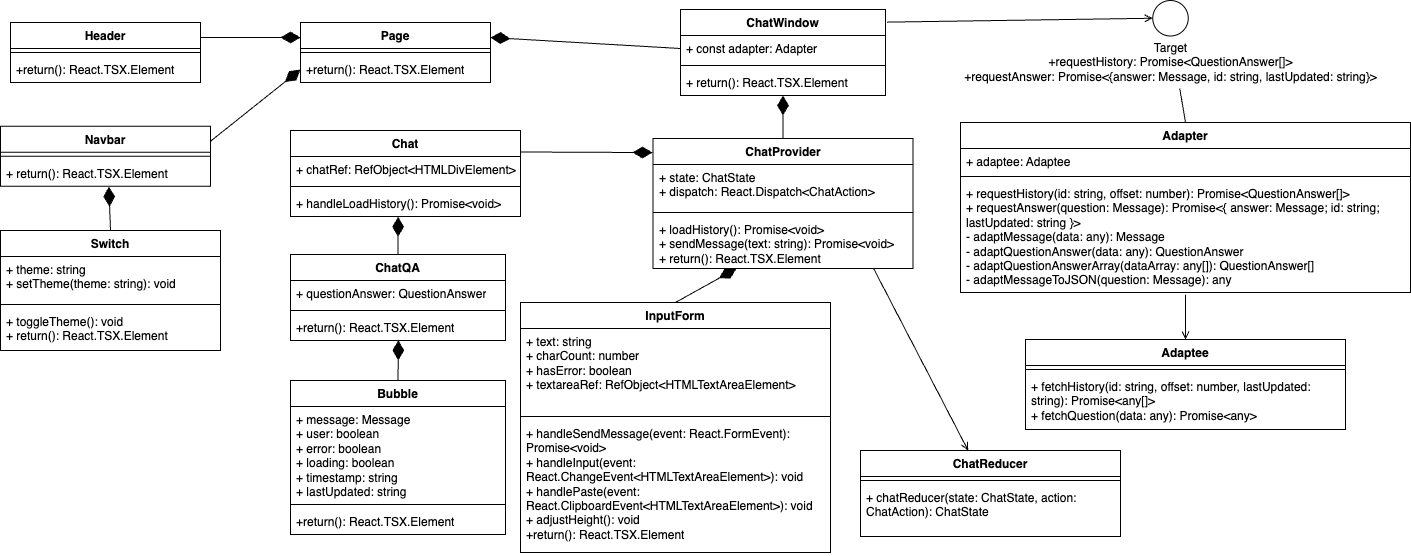
Before: images/specifica-tecnica/uml.png, a diagram exported from draw.io (SweeTenTeam/Docs). Source tidied: cells renumbered, new cells last; positions are measured from the earlier drawing's top-left corner, leaving out a move shared by most shapes. Its diagram source:
```xml
<mxGraphModel>
  <root>
    <mxCell id="0" />
    <mxCell id="1" parent="0" />
    <mxCell id="2" value="Adapter" style="swimlane;fontStyle=1;align=center;verticalAlign=top;horizontal=1;startSize=26;whiteSpace=wrap;html=1;" parent="1" vertex="1">
      <mxGeometry x="960" y="122" width="450" height="170" as="geometry" />
    </mxCell>
    <mxCell id="3" value="&lt;div&gt;+ adaptee: Adaptee&lt;/div&gt;" style="text;strokeColor=none;fillColor=none;align=left;verticalAlign=top;spacingLeft=4;spacingRight=4;overflow=hidden;whiteSpace=wrap;html=1;" parent="2" vertex="1">
      <mxGeometry y="26" width="450" height="24" as="geometry" />
    </mxCell>
    <mxCell id="4" style="line;strokeWidth=1;fillColor=none;align=left;verticalAlign=middle;spacingTop=-1;spacingLeft=3;spacingRight=3;labelPosition=right;strokeColor=inherit;" parent="2" vertex="1">
      <mxGeometry y="50" width="450" height="8" as="geometry" />
    </mxCell>
    <mxCell id="5" value="&lt;div&gt;+ requestHistory(id: string, offset: number): Promise&amp;lt;QuestionAnswer[]&amp;gt;&lt;/div&gt;&lt;div&gt;+ requestAnswer(question: Message): Promise&amp;lt;{ answer: Message; id: string; lastUpdated: string }&amp;gt;&lt;/div&gt;&lt;div&gt;- adaptMessage(data: any): Message&lt;/div&gt;&lt;div&gt;- adaptQuestionAnswer(data: any): QuestionAnswer&lt;/div&gt;&lt;div&gt;- adaptQuestionAnswerArray(dataArray: any[]): QuestionAnswer[]&lt;/div&gt;&lt;div&gt;- adaptMessageToJSON(question: Message): any&lt;/div&gt;" style="text;strokeColor=none;fillColor=none;align=left;verticalAlign=top;spacingLeft=4;spacingRight=4;overflow=hidden;points=[[0,0.5],[1,0.5]];portConstraint=eastwest;whiteSpace=wrap;html=1;" parent="2" vertex="1">
      <mxGeometry y="58" width="450" height="112" as="geometry" />
    </mxCell>
    <mxCell id="6" value="Adaptee" style="swimlane;fontStyle=1;align=center;verticalAlign=top;horizontal=1;startSize=26;whiteSpace=wrap;html=1;" parent="1" vertex="1">
      <mxGeometry x="1025" y="339" width="320" height="90" as="geometry" />
    </mxCell>
    <mxCell id="7" style="line;strokeWidth=1;fillColor=none;align=left;verticalAlign=middle;spacingTop=-1;spacingLeft=3;spacingRight=3;labelPosition=right;strokeColor=inherit;" parent="6" vertex="1">
      <mxGeometry y="26" width="320" height="8" as="geometry" />
    </mxCell>
    <mxCell id="8" value="&lt;div&gt;+ fetchHistory(id: string, offset: number, lastUpdated: string&lt;span style=&quot;background-color: transparent; color: light-dark(rgb(0, 0, 0), rgb(255, 255, 255));&quot;&gt;): Promise&amp;lt;any[]&amp;gt;&lt;/span&gt;&lt;/div&gt;&lt;div&gt;+ fetchQuestion(data: any): Promise&amp;lt;any&amp;gt;&lt;/div&gt;" style="text;strokeColor=none;fillColor=none;align=left;verticalAlign=top;spacingLeft=4;spacingRight=4;overflow=hidden;whiteSpace=wrap;html=1;" parent="6" vertex="1">
      <mxGeometry y="34" width="320" height="56" as="geometry" />
    </mxCell>
    <mxCell id="9" value="ChatReducer&lt;div&gt;&lt;br&gt;&lt;/div&gt;" style="swimlane;fontStyle=1;align=center;verticalAlign=top;horizontal=1;startSize=26;whiteSpace=wrap;html=1;" parent="1" vertex="1">
      <mxGeometry x="860" y="450" width="260" height="86" as="geometry" />
    </mxCell>
    <mxCell id="10" style="line;strokeWidth=1;fillColor=none;align=left;verticalAlign=middle;spacingTop=-1;spacingLeft=3;spacingRight=3;labelPosition=right;strokeColor=inherit;" parent="9" vertex="1">
      <mxGeometry y="26" width="260" height="8" as="geometry" />
    </mxCell>
    <mxCell id="11" value="&lt;div&gt;+ chatReducer(state: ChatState, action: ChatAction): ChatState&lt;/div&gt;&lt;div&gt;&lt;br&gt;&lt;/div&gt;" style="text;strokeColor=none;fillColor=none;align=left;verticalAlign=top;spacingLeft=4;spacingRight=4;overflow=hidden;whiteSpace=wrap;html=1;" parent="9" vertex="1">
      <mxGeometry y="34" width="260" height="52" as="geometry" />
    </mxCell>
    <mxCell id="12" style="ellipse;whiteSpace=wrap;html=1;" parent="1" vertex="1">
      <mxGeometry x="1152.2" width="35.5" height="35.5" as="geometry" />
    </mxCell>
    <mxCell id="13" value="Target&lt;div&gt;+requestHistory: Promise&amp;lt;QuestionAnswer[]&amp;gt;&lt;/div&gt;&lt;div&gt;+requestAnswer: Promise&amp;lt;{answer: Message, id: string, lastUpdated: string}&amp;gt;&lt;/div&gt;" style="text;html=1;align=center;verticalAlign=middle;points=[];strokeColor=none;fillColor=none;" parent="1" vertex="1">
      <mxGeometry x="950" y="32" width="440" height="60" as="geometry" />
    </mxCell>
    <mxCell id="14" style="endArrow=open;html=1;rounded=0;exitX=1.007;exitY=0.147;exitDx=0;exitDy=0;exitPerimeter=0;entryX=0;entryY=0.5;entryDx=0;entryDy=0;endFill=0;" parent="1" edge="1" source="44" target="12">
      <mxGeometry relative="1" as="geometry" />
    </mxCell>
    <mxCell id="15" style="endArrow=none;html=1;rounded=0;exitX=0.5;exitY=0;exitDx=0;exitDy=0;entryX=0.521;entryY=0.933;entryDx=0;entryDy=0;entryPerimeter=0;" parent="1" edge="1" source="2" target="13">
      <mxGeometry relative="1" as="geometry" />
    </mxCell>
    <mxCell id="16" style="endArrow=open;html=1;rounded=0;entryX=0.5;entryY=0;entryDx=0;entryDy=0;exitX=0.5;exitY=1.02;exitDx=0;exitDy=0;exitPerimeter=0;endFill=0;" parent="1" edge="1" source="5" target="6">
      <mxGeometry relative="1" as="geometry" />
    </mxCell>
    <mxCell id="17" style="endArrow=open;html=1;rounded=0;exitX=0.849;exitY=1.005;exitDx=0;exitDy=0;endFill=0;exitPerimeter=0;" parent="1" edge="1" source="35" target="9">
      <mxGeometry relative="1" as="geometry" />
    </mxCell>
    <mxCell id="18" value="Header" style="swimlane;fontStyle=1;align=center;verticalAlign=top;horizontal=1;startSize=26;whiteSpace=wrap;html=1;" parent="1" vertex="1">
      <mxGeometry x="10" y="22" width="190" height="60" as="geometry" />
    </mxCell>
    <mxCell id="19" style="line;strokeWidth=1;fillColor=none;align=left;verticalAlign=middle;spacingTop=-1;spacingLeft=3;spacingRight=3;labelPosition=right;strokeColor=inherit;" parent="18" vertex="1">
      <mxGeometry y="26" width="190" height="8" as="geometry" />
    </mxCell>
    <mxCell id="20" value="+return(): React.TSX.Element" style="text;strokeColor=none;fillColor=none;align=left;verticalAlign=top;spacingLeft=4;spacingRight=4;overflow=hidden;whiteSpace=wrap;html=1;" parent="18" vertex="1">
      <mxGeometry y="34" width="190" height="26" as="geometry" />
    </mxCell>
    <mxCell id="21" value="ChatQA" style="swimlane;fontStyle=1;align=center;verticalAlign=top;horizontal=1;startSize=26;whiteSpace=wrap;html=1;" parent="1" vertex="1">
      <mxGeometry x="290" y="254" width="215" height="86" as="geometry" />
    </mxCell>
    <mxCell id="22" value="+ questionAnswer: QuestionAnswer" style="text;strokeColor=none;fillColor=none;align=left;verticalAlign=top;spacingLeft=4;spacingRight=4;overflow=hidden;whiteSpace=wrap;html=1;" parent="21" vertex="1">
      <mxGeometry y="26" width="215" height="26" as="geometry" />
    </mxCell>
    <mxCell id="23" style="line;strokeWidth=1;fillColor=none;align=left;verticalAlign=middle;spacingTop=-1;spacingLeft=3;spacingRight=3;labelPosition=right;strokeColor=inherit;" parent="21" vertex="1">
      <mxGeometry y="52" width="215" height="8" as="geometry" />
    </mxCell>
    <mxCell id="24" value="+return(): React.TSX.Element" style="text;strokeColor=none;fillColor=none;align=left;verticalAlign=top;spacingLeft=4;spacingRight=4;overflow=hidden;points=[[0,0.5],[1,0.5]];portConstraint=eastwest;whiteSpace=wrap;html=1;" parent="21" vertex="1">
      <mxGeometry y="60" width="215" height="26" as="geometry" />
    </mxCell>
    <mxCell id="25" value="Navbar" style="swimlane;fontStyle=1;align=center;verticalAlign=top;horizontal=1;startSize=26;whiteSpace=wrap;html=1;" parent="1" vertex="1">
      <mxGeometry y="125.8" width="210" height="60" as="geometry" />
    </mxCell>
    <mxCell id="26" style="line;strokeWidth=1;fillColor=none;align=left;verticalAlign=middle;spacingTop=-1;spacingLeft=3;spacingRight=3;labelPosition=right;strokeColor=inherit;" parent="25" vertex="1">
      <mxGeometry y="26" width="210" height="8" as="geometry" />
    </mxCell>
    <mxCell id="27" value="&lt;div&gt;&lt;span style=&quot;background-color: transparent; color: light-dark(rgb(0, 0, 0), rgb(255, 255, 255));&quot;&gt;+ return(): React.TSX.Element&lt;/span&gt;&lt;/div&gt;" style="text;strokeColor=none;fillColor=none;align=left;verticalAlign=top;spacingLeft=4;spacingRight=4;overflow=hidden;points=[[0,0.5],[1,0.5]];portConstraint=eastwest;whiteSpace=wrap;html=1;" parent="25" vertex="1">
      <mxGeometry y="34" width="210" height="26" as="geometry" />
    </mxCell>
    <mxCell id="28" value="Switch" style="swimlane;fontStyle=1;align=center;verticalAlign=top;horizontal=1;startSize=26;whiteSpace=wrap;html=1;" parent="1" vertex="1">
      <mxGeometry y="230" width="220" height="120" as="geometry" />
    </mxCell>
    <mxCell id="29" value="&lt;div&gt;+ theme: string&lt;/div&gt;&lt;div&gt;+ setTheme(theme: string): void&lt;/div&gt;&lt;div&gt;&lt;br&gt;&lt;/div&gt;" style="text;strokeColor=none;fillColor=none;align=left;verticalAlign=top;spacingLeft=4;spacingRight=4;overflow=hidden;whiteSpace=wrap;html=1;" parent="28" vertex="1">
      <mxGeometry y="26" width="220" height="44" as="geometry" />
    </mxCell>
    <mxCell id="30" style="line;strokeWidth=1;fillColor=none;align=left;verticalAlign=middle;spacingTop=-1;spacingLeft=3;spacingRight=3;labelPosition=right;strokeColor=inherit;" parent="28" vertex="1">
      <mxGeometry y="70" width="220" height="8" as="geometry" />
    </mxCell>
    <mxCell id="31" value="&lt;div&gt;+ toggleTheme(): void&amp;nbsp;&lt;/div&gt;+ return(): React.TSX.Element" style="text;strokeColor=none;fillColor=none;align=left;verticalAlign=top;spacingLeft=4;spacingRight=4;overflow=hidden;whiteSpace=wrap;html=1;" parent="28" vertex="1">
      <mxGeometry y="78" width="220" height="42" as="geometry" />
    </mxCell>
    <mxCell id="32" value="ChatProvider" style="swimlane;fontStyle=1;align=center;verticalAlign=top;horizontal=1;startSize=26;whiteSpace=wrap;html=1;" parent="1" vertex="1">
      <mxGeometry x="652.5" y="138" width="260" height="130" as="geometry" />
    </mxCell>
    <mxCell id="33" value="&lt;div&gt;&lt;div&gt;+ state: ChatState&lt;/div&gt;&lt;div&gt;+ dispatch: React.Dispatch&amp;lt;ChatAction&amp;gt;&lt;/div&gt;&lt;/div&gt;" style="text;strokeColor=none;fillColor=none;align=left;verticalAlign=top;spacingLeft=4;spacingRight=4;overflow=hidden;whiteSpace=wrap;html=1;" parent="32" vertex="1">
      <mxGeometry y="26" width="260" height="44" as="geometry" />
    </mxCell>
    <mxCell id="34" style="line;strokeWidth=1;fillColor=none;align=left;verticalAlign=middle;spacingTop=-1;spacingLeft=3;spacingRight=3;labelPosition=right;strokeColor=inherit;" parent="32" vertex="1">
      <mxGeometry y="70" width="260" height="8" as="geometry" />
    </mxCell>
    <mxCell id="35" value="&lt;div&gt;+ loadHistory(): Promise&amp;lt;void&amp;gt;&lt;/div&gt;&lt;div&gt;+ sendMessage(text: string): Promise&amp;lt;void&amp;gt;&lt;/div&gt;&lt;div&gt;+ return(): React.TSX.Element&lt;/div&gt;" style="text;strokeColor=none;fillColor=none;align=left;verticalAlign=top;spacingLeft=4;spacingRight=4;overflow=hidden;points=[[0,0.5],[1,0.5]];portConstraint=eastwest;whiteSpace=wrap;html=1;" parent="32" vertex="1">
      <mxGeometry y="78" width="260" height="52" as="geometry" />
    </mxCell>
    <mxCell id="36" value="Bubble" style="swimlane;fontStyle=1;align=center;verticalAlign=top;horizontal=1;startSize=26;whiteSpace=wrap;html=1;" parent="1" vertex="1">
      <mxGeometry x="290" y="380" width="215" height="154" as="geometry" />
    </mxCell>
    <mxCell id="37" value="&lt;div style=&quot;text-wrap-mode: nowrap;&quot;&gt;+ message: Message&lt;/div&gt;&lt;div style=&quot;text-wrap-mode: nowrap;&quot;&gt;&lt;span style=&quot;background-color: transparent; color: light-dark(rgb(0, 0, 0), rgb(255, 255, 255));&quot;&gt;+ user: boolean&lt;/span&gt;&lt;/div&gt;&lt;div style=&quot;text-wrap-mode: nowrap;&quot;&gt;+ error: boolean&lt;/div&gt;&lt;div style=&quot;text-wrap-mode: nowrap;&quot;&gt;+ loading: boolean&lt;/div&gt;&lt;div style=&quot;text-wrap-mode: nowrap;&quot;&gt;+ timestamp: string&lt;/div&gt;&lt;div style=&quot;text-wrap-mode: nowrap;&quot;&gt;+ lastUpdated: string&lt;/div&gt;" style="text;strokeColor=none;fillColor=none;align=left;verticalAlign=top;spacingLeft=4;spacingRight=4;overflow=hidden;whiteSpace=wrap;html=1;" parent="36" vertex="1">
      <mxGeometry y="26" width="215" height="94" as="geometry" />
    </mxCell>
    <mxCell id="38" style="line;strokeWidth=1;fillColor=none;align=left;verticalAlign=middle;spacingTop=-1;spacingLeft=3;spacingRight=3;labelPosition=right;strokeColor=inherit;" parent="36" vertex="1">
      <mxGeometry y="120" width="215" height="8" as="geometry" />
    </mxCell>
    <mxCell id="39" value="+return(): React.TSX.Element" style="text;strokeColor=none;fillColor=none;align=left;verticalAlign=top;spacingLeft=4;spacingRight=4;overflow=hidden;whiteSpace=wrap;html=1;" parent="36" vertex="1">
      <mxGeometry y="128" width="215" height="26" as="geometry" />
    </mxCell>
    <mxCell id="40" value="Chat" style="swimlane;fontStyle=1;align=center;verticalAlign=top;horizontal=1;startSize=26;whiteSpace=wrap;html=1;" parent="1" vertex="1">
      <mxGeometry x="290" y="130" width="230" height="86" as="geometry" />
    </mxCell>
    <mxCell id="41" value="+ chatRef: RefObject&amp;lt;HTMLDivElement&amp;gt;" style="text;strokeColor=none;fillColor=none;align=left;verticalAlign=top;spacingLeft=4;spacingRight=4;overflow=hidden;whiteSpace=wrap;html=1;" parent="40" vertex="1">
      <mxGeometry y="26" width="230" height="26" as="geometry" />
    </mxCell>
    <mxCell id="42" style="line;strokeWidth=1;fillColor=none;align=left;verticalAlign=middle;spacingTop=-1;spacingLeft=3;spacingRight=3;labelPosition=right;strokeColor=inherit;" parent="40" vertex="1">
      <mxGeometry y="52" width="230" height="8" as="geometry" />
    </mxCell>
    <mxCell id="43" value="+ handleLoadHistory(): Promise&amp;lt;void&amp;gt;" style="text;strokeColor=none;fillColor=none;align=left;verticalAlign=top;spacingLeft=4;spacingRight=4;overflow=hidden;points=[[0,0.5],[1,0.5]];portConstraint=eastwest;whiteSpace=wrap;html=1;" parent="40" vertex="1">
      <mxGeometry y="60" width="230" height="26" as="geometry" />
    </mxCell>
    <mxCell id="44" value="ChatWindow" style="swimlane;fontStyle=1;align=center;verticalAlign=top;horizontal=1;startSize=26;whiteSpace=wrap;html=1;" parent="1" vertex="1">
      <mxGeometry x="680" y="9" width="205" height="86" as="geometry" />
    </mxCell>
    <mxCell id="45" value="+ const adapter: Adapter" style="text;strokeColor=none;fillColor=none;align=left;verticalAlign=top;spacingLeft=4;spacingRight=4;overflow=hidden;points=[[0,0.5],[1,0.5]];portConstraint=eastwest;whiteSpace=wrap;html=1;" parent="44" vertex="1">
      <mxGeometry y="26" width="205" height="26" as="geometry" />
    </mxCell>
    <mxCell id="46" style="line;strokeWidth=1;fillColor=none;align=left;verticalAlign=middle;spacingTop=-1;spacingLeft=3;spacingRight=3;labelPosition=right;strokeColor=inherit;" parent="44" vertex="1">
      <mxGeometry y="52" width="205" height="8" as="geometry" />
    </mxCell>
    <mxCell id="47" value="+ return(): React.TSX.Element" style="text;strokeColor=none;fillColor=none;align=left;verticalAlign=top;spacingLeft=4;spacingRight=4;overflow=hidden;points=[[0,0.5],[1,0.5]];portConstraint=eastwest;whiteSpace=wrap;html=1;" parent="44" vertex="1">
      <mxGeometry y="60" width="205" height="26" as="geometry" />
    </mxCell>
    <mxCell id="48" value="InputForm" style="swimlane;fontStyle=1;align=center;verticalAlign=top;horizontal=1;startSize=26;whiteSpace=wrap;html=1;" parent="1" vertex="1">
      <mxGeometry x="520" y="302" width="310" height="250" as="geometry" />
    </mxCell>
    <mxCell id="49" value="&lt;div&gt;+ text: string&lt;/div&gt;&lt;div&gt;+ charCount: number&lt;/div&gt;&lt;div&gt;+ hasError: boolean&lt;/div&gt;&lt;div&gt;+ textareaRef: RefObject&amp;lt;HTMLTextAreaElement&amp;gt;&lt;/div&gt;" style="text;strokeColor=none;fillColor=none;align=left;verticalAlign=top;spacingLeft=4;spacingRight=4;overflow=hidden;whiteSpace=wrap;html=1;" parent="48" vertex="1">
      <mxGeometry y="26" width="310" height="84" as="geometry" />
    </mxCell>
    <mxCell id="50" style="line;strokeWidth=1;fillColor=none;align=left;verticalAlign=middle;spacingTop=-1;spacingLeft=3;spacingRight=3;labelPosition=right;strokeColor=inherit;" parent="48" vertex="1">
      <mxGeometry y="110" width="310" height="8" as="geometry" />
    </mxCell>
    <mxCell id="51" value="&lt;div&gt;+ handleSendMessage(event: React.FormEvent): Promise&amp;lt;void&amp;gt;&lt;/div&gt;&lt;div&gt;+ handleInput(event: React.ChangeEvent&amp;lt;HTMLTextAreaElement&amp;gt;): void&lt;/div&gt;&lt;div&gt;+ handlePaste(event: React.ClipboardEvent&amp;lt;HTMLTextAreaElement&amp;gt;): void&lt;/div&gt;&lt;div&gt;+ adjustHeight(): void&lt;/div&gt;&lt;div&gt;+return(): React.TSX.Element&lt;/div&gt;" style="text;strokeColor=none;fillColor=none;align=left;verticalAlign=top;spacingLeft=4;spacingRight=4;overflow=hidden;whiteSpace=wrap;html=1;" parent="48" vertex="1">
      <mxGeometry y="118" width="310" height="132" as="geometry" />
    </mxCell>
    <mxCell id="52" value="Page" style="swimlane;fontStyle=1;align=center;verticalAlign=top;horizontal=1;startSize=26;whiteSpace=wrap;html=1;" parent="1" vertex="1">
      <mxGeometry x="300" y="22" width="190" height="60" as="geometry" />
    </mxCell>
    <mxCell id="53" style="line;strokeWidth=1;fillColor=none;align=left;verticalAlign=middle;spacingTop=-1;spacingLeft=3;spacingRight=3;labelPosition=right;strokeColor=inherit;" parent="52" vertex="1">
      <mxGeometry y="26" width="190" height="8" as="geometry" />
    </mxCell>
    <mxCell id="54" value="+return(): React.TSX.Element" style="text;strokeColor=none;fillColor=none;align=left;verticalAlign=top;spacingLeft=4;spacingRight=4;overflow=hidden;points=[[0,0.5],[1,0.5]];portConstraint=eastwest;whiteSpace=wrap;html=1;" parent="52" vertex="1">
      <mxGeometry y="34" width="190" height="26" as="geometry" />
    </mxCell>
    <mxCell id="55" style="endArrow=none;html=1;rounded=0;entryX=1;entryY=0.25;entryDx=0;entryDy=0;exitX=0;exitY=0.25;exitDx=0;exitDy=0;startArrow=diamondThin;startFill=1;startSize=17;" parent="1" edge="1" source="52" target="18">
      <mxGeometry relative="1" as="geometry" />
    </mxCell>
    <mxCell id="56" style="endArrow=none;html=1;rounded=0;entryX=1;entryY=0.25;entryDx=0;entryDy=0;exitX=0;exitY=0.5;exitDx=0;exitDy=0;endFill=1;startFill=1;startArrow=diamondThin;targetPerimeterSpacing=13;endSize=16;sourcePerimeterSpacing=15;startSize=17;" parent="1" edge="1" source="54" target="25">
      <mxGeometry relative="1" as="geometry" />
    </mxCell>
    <mxCell id="57" style="endArrow=diamondThin;html=1;rounded=0;entryX=0.516;entryY=1.016;entryDx=0;entryDy=0;entryPerimeter=0;exitX=0.5;exitY=0;exitDx=0;exitDy=0;startSize=17;startArrow=none;startFill=0;endFill=1;endSize=17;" parent="1" edge="1" source="28" target="27">
      <mxGeometry relative="1" as="geometry" />
    </mxCell>
    <mxCell id="58" style="endArrow=diamondThin;html=1;rounded=0;entryX=1;entryY=0.25;entryDx=0;entryDy=0;exitX=0;exitY=0.5;exitDx=0;exitDy=0;startArrow=none;startFill=0;endFill=1;startSize=23;sourcePerimeterSpacing=4;targetPerimeterSpacing=6;endSize=17;" parent="1" edge="1" source="45" target="52">
      <mxGeometry relative="1" as="geometry" />
    </mxCell>
    <mxCell id="59" style="endArrow=none;html=1;rounded=0;entryX=0.5;entryY=0;entryDx=0;entryDy=0;startArrow=diamondThin;startFill=1;endSize=17;startSize=17;" parent="1" edge="1" source="47" target="32">
      <mxGeometry relative="1" as="geometry" />
    </mxCell>
    <mxCell id="60" style="endArrow=diamondThin;html=1;rounded=0;entryX=-0.002;entryY=0.108;entryDx=0;entryDy=0;exitX=1;exitY=0.25;exitDx=0;exitDy=0;startArrow=none;startFill=0;endFill=1;endSize=17;entryPerimeter=0;" parent="1" edge="1" source="40" target="32">
      <mxGeometry relative="1" as="geometry" />
    </mxCell>
    <mxCell id="61" style="endArrow=diamondThin;html=1;rounded=0;exitX=0.5;exitY=0;exitDx=0;exitDy=0;endFill=1;startSize=17;endSize=17;" parent="1" edge="1" source="48" target="35">
      <mxGeometry relative="1" as="geometry" />
    </mxCell>
    <mxCell id="62" style="endArrow=diamondThin;html=1;rounded=0;exitX=0.5;exitY=0;exitDx=0;exitDy=0;entryX=0.468;entryY=1.013;entryDx=0;entryDy=0;entryPerimeter=0;startArrow=none;startFill=0;endFill=1;endSize=17;" parent="1" edge="1" source="21" target="43">
      <mxGeometry relative="1" as="geometry" />
    </mxCell>
    <mxCell id="63" style="endArrow=diamondThin;html=1;rounded=0;entryX=0.502;entryY=0.996;entryDx=0;entryDy=0;entryPerimeter=0;exitX=0.5;exitY=0;exitDx=0;exitDy=0;endFill=1;endSize=17;" parent="1" edge="1" source="36" target="24">
      <mxGeometry relative="1" as="geometry" />
    </mxCell>
  </root>
</mxGraphModel>
```
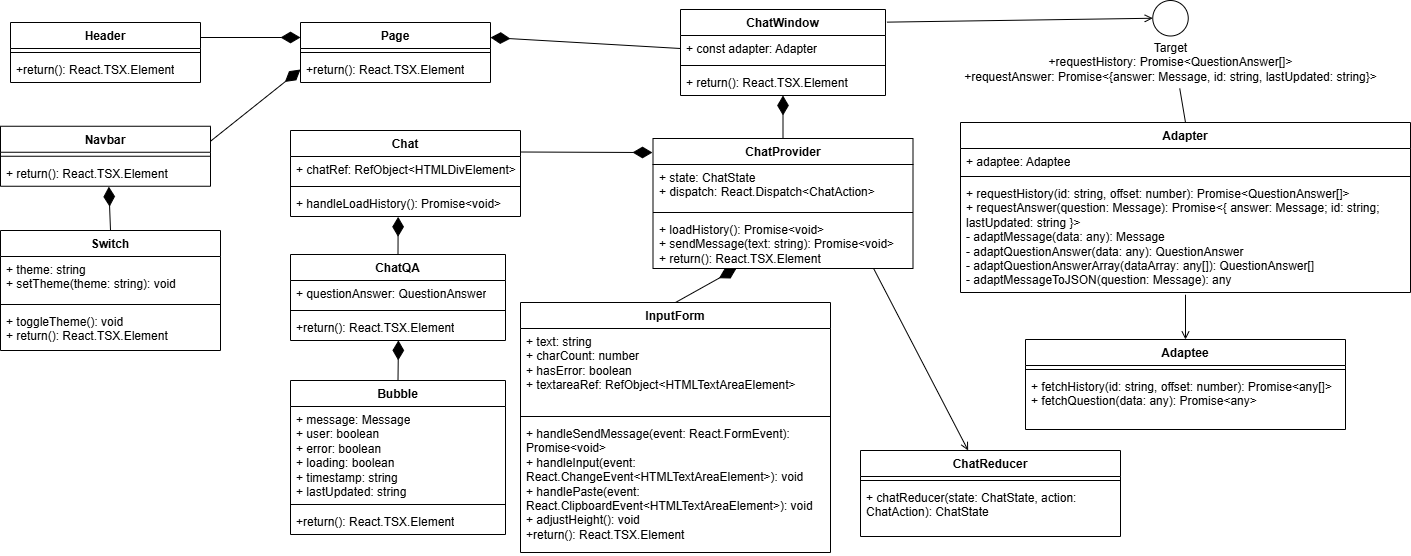
Later version of the same file.

What changed in the source:
```diff
@@ -20,7 +20,7 @@
     <mxCell id="7" style="line;strokeWidth=1;fillColor=none;align=left;verticalAlign=middle;spacingTop=-1;spacingLeft=3;spacingRight=3;labelPosition=right;strokeColor=inherit;" parent="6" vertex="1">
       <mxGeometry y="26" width="320" height="8" as="geometry" />
     </mxCell>
-    <mxCell id="8" value="&lt;div&gt;+ fetchHistory(id: string, offset: number, lastUpdated: string&lt;span style=&quot;background-color: transparent; color: light-dark(rgb(0, 0, 0), rgb(255, 255, 255));&quot;&gt;): Promise&amp;lt;any[]&amp;gt;&lt;/span&gt;&lt;/div&gt;&lt;div&gt;+ fetchQuestion(data: any): Promise&amp;lt;any&amp;gt;&lt;/div&gt;" style="text;strokeColor=none;fillColor=none;align=left;verticalAlign=top;spacingLeft=4;spacingRight=4;overflow=hidden;whiteSpace=wrap;html=1;" parent="6" vertex="1">
+    <mxCell id="8" value="&lt;div&gt;+ fetchHistory(id: string, offset: number&lt;span style=&quot;background-color: transparent; color: light-dark(rgb(0, 0, 0), rgb(255, 255, 255));&quot;&gt;): Promise&amp;lt;any[]&amp;gt;&lt;/span&gt;&lt;/div&gt;&lt;div&gt;+ fetchQuestion(data: any): Promise&amp;lt;any&amp;gt;&lt;/div&gt;" style="text;strokeColor=none;fillColor=none;align=left;verticalAlign=top;spacingLeft=4;spacingRight=4;overflow=hidden;whiteSpace=wrap;html=1;" parent="6" vertex="1">
       <mxGeometry y="34" width="320" height="56" as="geometry" />
     </mxCell>
     <mxCell id="9" value="ChatReducer&lt;div&gt;&lt;br&gt;&lt;/div&gt;" style="swimlane;fontStyle=1;align=center;verticalAlign=top;horizontal=1;startSize=26;whiteSpace=wrap;html=1;" parent="1" vertex="1">
```
